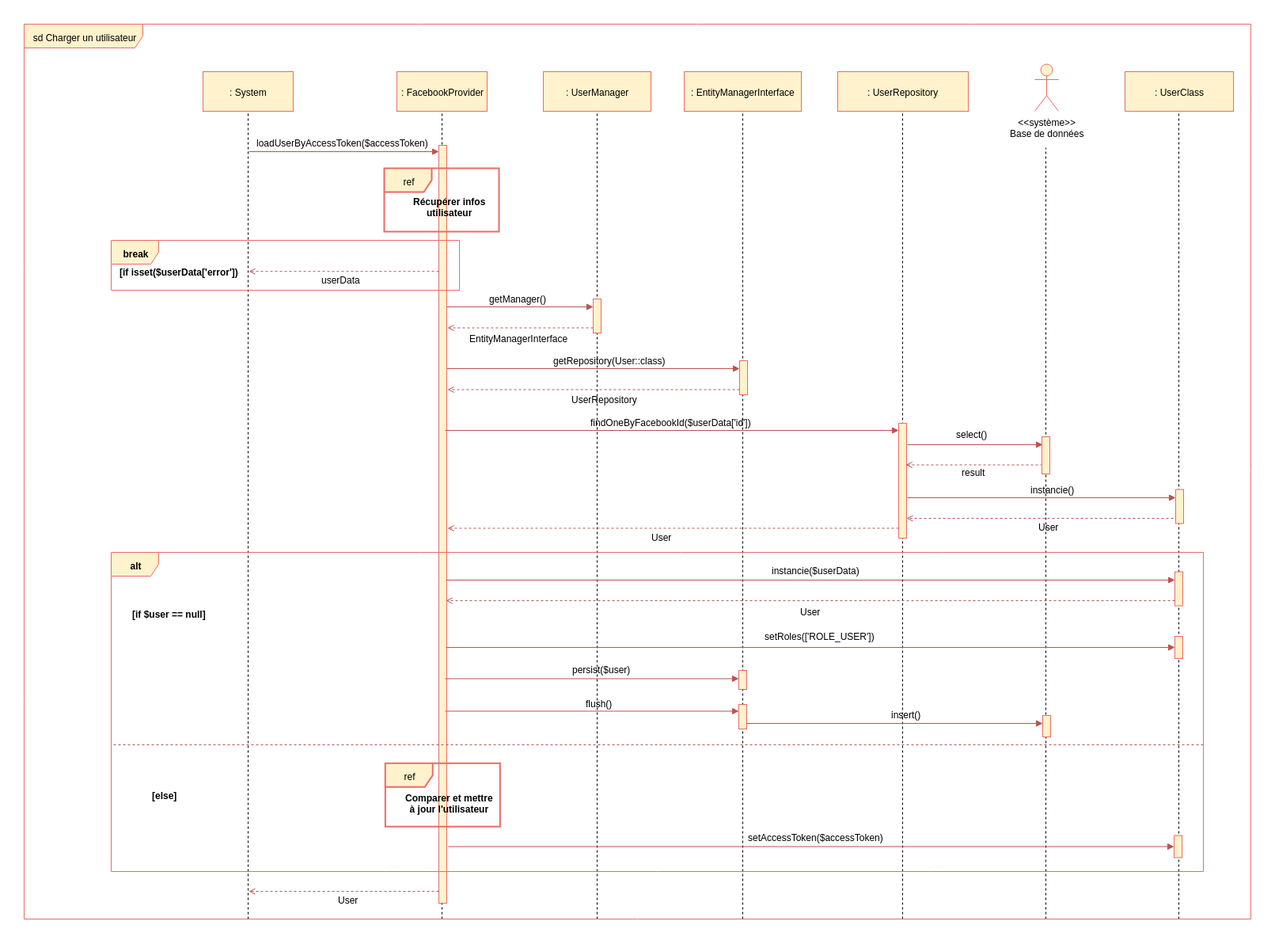
This is api/Diagrammes/Charger_un_utilisateur.png from Thibok/Bilemo, a draw.io export, as it was before one commit. Source tidied: cells renumbered, new cells last; positions are measured from the earlier drawing's top-left corner, leaving out a move shared by most shapes.
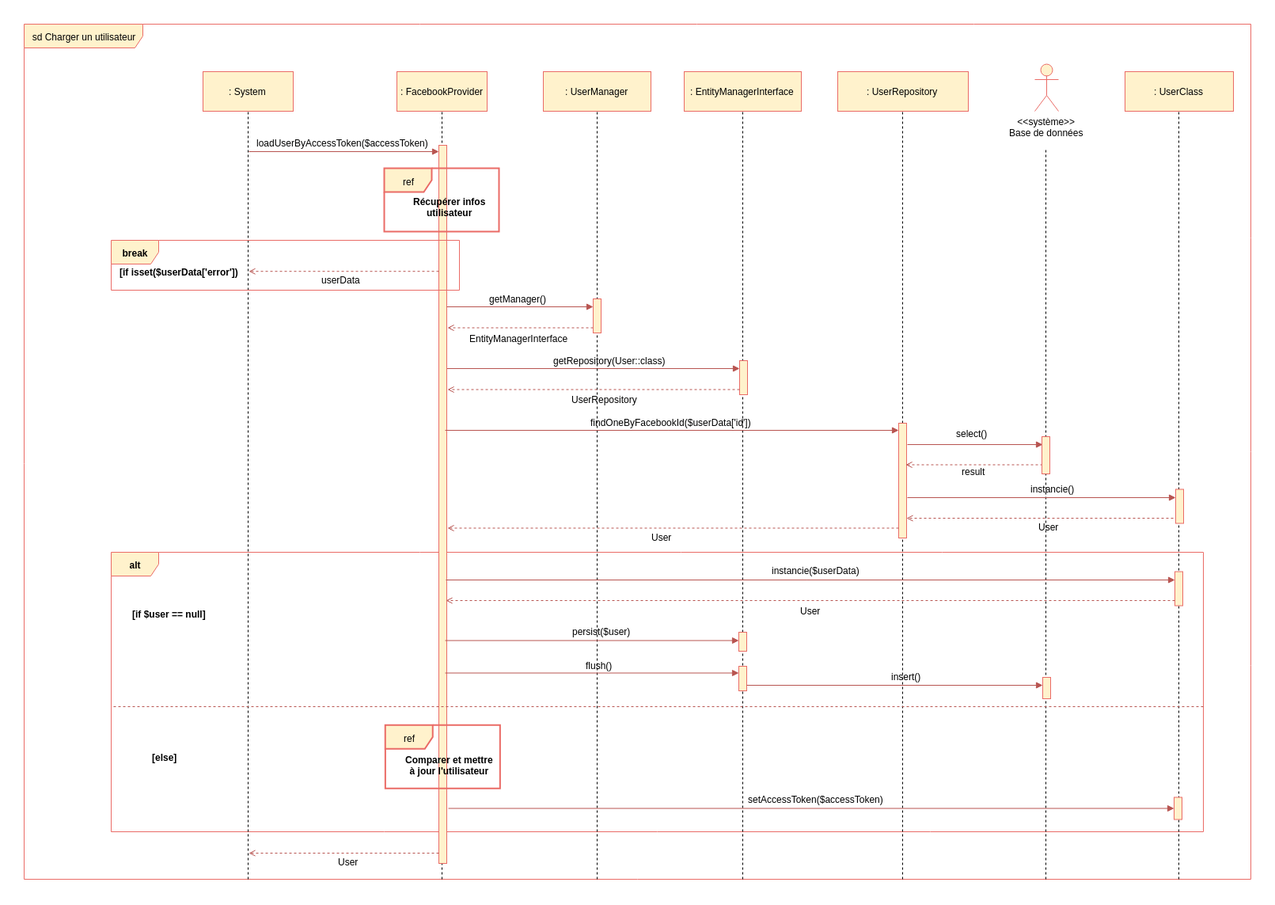
Later version of the same file.

Change to the diagram source:
```diff
@@ -2,6 +2,12 @@
   <root>
     <mxCell id="0" />
     <mxCell id="1" parent="0" />
+    <mxCell id="78" value="sd Charger un utilisateur&lt;br&gt;" style="shape=umlFrame;whiteSpace=wrap;html=1;width=150;height=30;fillColor=#fff2cc;strokeColor=#EA6B66;" parent="1" vertex="1">
+      <mxGeometry width="1550" height="1080" as="geometry" />
+    </mxCell>
+    <mxCell id="77" value="alt" style="shape=umlFrame;whiteSpace=wrap;html=1;fontColor=#000000;fillColor=#fff2cc;strokeColor=#EA6B66;fontStyle=1;" parent="1" vertex="1">
+      <mxGeometry x="110" y="667" width="1380" height="353" as="geometry" />
+    </mxCell>
     <mxCell id="2" style="endArrow=block;html=1;endFill=1;fillColor=#f8cecc;strokeColor=#b85450;entryX=0;entryY=0.372;entryPerimeter=0;entryDx=0;entryDy=0;" parent="1" edge="1">
       <mxGeometry relative="1" as="geometry">
         <mxPoint x="529" y="435" as="sourcePoint" />
@@ -10,7 +16,7 @@
     </mxCell>
     <mxCell id="3" style="endArrow=none;dashed=1;html=1;entryX=0.5;entryY=1;exitX=0.318;exitY=1.001;exitPerimeter=0;" parent="1" edge="1">
       <mxGeometry relative="1" as="geometry">
-        <mxPoint x="908" y="1130" as="sourcePoint" />
+        <mxPoint x="908" y="1080" as="sourcePoint" />
         <mxPoint x="908" y="99.8" as="targetPoint" />
       </mxGeometry>
     </mxCell>
@@ -22,31 +28,31 @@
     </mxCell>
     <mxCell id="5" style="endArrow=none;dashed=1;html=1;entryX=0.5;entryY=1;exitX=0.197;exitY=1.001;exitPerimeter=0;" parent="1" edge="1">
       <mxGeometry relative="1" as="geometry">
-        <mxPoint x="528" y="1130" as="sourcePoint" />
+        <mxPoint x="528" y="1080" as="sourcePoint" />
         <mxPoint x="528" y="106.3" as="targetPoint" />
       </mxGeometry>
     </mxCell>
     <mxCell id="6" style="endArrow=none;dashed=1;html=1;entryX=0.5;entryY=1;" parent="1" edge="1">
       <mxGeometry relative="1" as="geometry">
-        <mxPoint x="1459" y="1130" as="sourcePoint" />
+        <mxPoint x="1459" y="1080" as="sourcePoint" />
         <mxPoint x="1459" y="107.8" as="targetPoint" />
       </mxGeometry>
     </mxCell>
     <mxCell id="7" style="endArrow=none;dashed=1;html=1;entryX=0.5;entryY=1;exitX=0.318;exitY=1.001;exitPerimeter=0;" parent="1" edge="1">
       <mxGeometry relative="1" as="geometry">
-        <mxPoint x="724" y="1130" as="sourcePoint" />
+        <mxPoint x="724" y="1080" as="sourcePoint" />
         <mxPoint x="724" y="89.8" as="targetPoint" />
       </mxGeometry>
     </mxCell>
     <mxCell id="8" style="endArrow=none;dashed=1;html=1;entryX=0.5;entryY=1;exitX=0.379;exitY=1.001;exitPerimeter=0;" parent="1" edge="1">
       <mxGeometry relative="1" as="geometry">
-        <mxPoint x="1110" y="1130" as="sourcePoint" />
+        <mxPoint x="1110" y="1080" as="sourcePoint" />
         <mxPoint x="1110" y="87.8" as="targetPoint" />
       </mxGeometry>
     </mxCell>
     <mxCell id="9" style="endArrow=none;dashed=1;html=1;entryX=0.5;entryY=1;" parent="1" edge="1">
       <mxGeometry relative="1" as="geometry">
-        <mxPoint x="283" y="1130" as="sourcePoint" />
+        <mxPoint x="283" y="1080" as="sourcePoint" />
         <mxPoint x="283" y="102" as="targetPoint" />
       </mxGeometry>
     </mxCell>
@@ -54,7 +60,7 @@
       <mxGeometry x="471" y="60" width="114" height="50" as="geometry" />
     </mxCell>
     <mxCell id="11" style="html=1;perimeter=orthogonalPerimeter;fillColor=#fff2cc;strokeColor=#EA6B66;" parent="1" vertex="1">
-      <mxGeometry x="524" y="153" width="10" height="957" as="geometry" />
+      <mxGeometry x="524" y="153" width="10" height="907" as="geometry" />
     </mxCell>
     <mxCell id="12" value=": UserRepository" style="html=1;fillColor=#fff2cc;strokeColor=#EA6B66;" parent="1" vertex="1">
       <mxGeometry x="1028" y="60" width="165" height="50" as="geometry" />
@@ -70,7 +76,7 @@
     </mxCell>
     <mxCell id="15" style="endArrow=none;dashed=1;html=1;entryX=0.5;entryY=1;exitX=0.492;exitY=1.001;exitPerimeter=0;" parent="1" edge="1">
       <mxGeometry relative="1" as="geometry">
-        <mxPoint x="1291" y="1130" as="sourcePoint" />
+        <mxPoint x="1291" y="1080" as="sourcePoint" />
         <mxPoint x="1291" y="156" as="targetPoint" />
       </mxGeometry>
     </mxCell>
@@ -97,21 +103,21 @@
     </mxCell>
     <mxCell id="23" style="endArrow=block;html=1;endFill=1;fillColor=#f8cecc;strokeColor=#b85450;entryX=0.15;entryY=0.221;entryPerimeter=0;" parent="1" edge="1">
       <mxGeometry relative="1" as="geometry">
-        <mxPoint x="532" y="826.5" as="sourcePoint" />
-        <mxPoint x="903" y="826.5" as="targetPoint" />
+        <mxPoint x="532" y="778.5" as="sourcePoint" />
+        <mxPoint x="903" y="778.5" as="targetPoint" />
       </mxGeometry>
     </mxCell>
     <mxCell id="24" style="endArrow=open;html=1;endFill=0;fillColor=#f8cecc;strokeColor=#b85450;dashed=1;exitX=0.7;exitY=0.804;exitPerimeter=0;" parent="1" edge="1">
       <mxGeometry relative="1" as="geometry">
-        <mxPoint x="524" y="1095" as="sourcePoint" />
-        <mxPoint x="284" y="1095" as="targetPoint" />
+        <mxPoint x="524" y="1047" as="sourcePoint" />
+        <mxPoint x="284" y="1047" as="targetPoint" />
       </mxGeometry>
     </mxCell>
     <mxCell id="25" style="html=1;perimeter=orthogonalPerimeter;fillColor=#fff2cc;strokeColor=#EA6B66;" parent="1" vertex="1">
       <mxGeometry x="719" y="347" width="10" height="43" as="geometry" />
     </mxCell>
     <mxCell id="26" style="html=1;perimeter=orthogonalPerimeter;fillColor=#fff2cc;strokeColor=#EA6B66;" parent="1" vertex="1">
-      <mxGeometry x="1287" y="873" width="10" height="27" as="geometry" />
+      <mxGeometry x="1287" y="825" width="10" height="27" as="geometry" />
     </mxCell>
     <mxCell id="27" value="&amp;lt;&amp;lt;système&amp;gt;&amp;gt;&lt;br&gt;Base de données&lt;br&gt;" style="shape=umlActor;verticalLabelPosition=bottom;labelBackgroundColor=#ffffff;verticalAlign=top;html=1;fillColor=#fff2cc;strokeColor=#EA6B66;" parent="1" vertex="1">
       <mxGeometry x="1277" y="50" width="30" height="60" as="geometry" />
@@ -237,71 +243,59 @@
       <mxGeometry x="943.1" y="680.5" width="130" height="10" as="geometry" />
     </mxCell>
     <mxCell id="58" style="html=1;perimeter=orthogonalPerimeter;fillColor=#fff2cc;strokeColor=#EA6B66;" parent="1" vertex="1">
-      <mxGeometry x="903" y="816" width="10" height="24" as="geometry" />
+      <mxGeometry x="903" y="768" width="10" height="24" as="geometry" />
     </mxCell>
     <mxCell id="59" value="persist($user)" style="text;html=1;align=left;verticalAlign=top;spacingTop=-4;" parent="1" vertex="1">
-      <mxGeometry x="691" y="806" width="90" height="10" as="geometry" />
+      <mxGeometry x="691" y="758" width="90" height="10" as="geometry" />
     </mxCell>
     <mxCell id="60" style="endArrow=block;html=1;endFill=1;fillColor=#f8cecc;strokeColor=#b85450;entryX=0.15;entryY=0.221;entryPerimeter=0;" parent="1" edge="1">
       <mxGeometry relative="1" as="geometry">
-        <mxPoint x="532" y="867.5" as="sourcePoint" />
-        <mxPoint x="903" y="867.5" as="targetPoint" />
+        <mxPoint x="532" y="819.5" as="sourcePoint" />
+        <mxPoint x="903" y="819.5" as="targetPoint" />
       </mxGeometry>
     </mxCell>
     <mxCell id="61" style="html=1;perimeter=orthogonalPerimeter;fillColor=#fff2cc;strokeColor=#EA6B66;" parent="1" vertex="1">
-      <mxGeometry x="903" y="859" width="10" height="31" as="geometry" />
+      <mxGeometry x="903" y="811" width="10" height="31" as="geometry" />
     </mxCell>
     <mxCell id="62" value="flush()" style="text;html=1;align=left;verticalAlign=top;spacingTop=-4;" parent="1" vertex="1">
-      <mxGeometry x="708" y="848.5" width="50" height="10" as="geometry" />
+      <mxGeometry x="708" y="800.5" width="50" height="10" as="geometry" />
     </mxCell>
     <mxCell id="63" style="endArrow=block;html=1;endFill=1;fillColor=#f8cecc;strokeColor=#b85450;entryX=0.15;entryY=0.221;entryPerimeter=0;" parent="1" edge="1">
       <mxGeometry relative="1" as="geometry">
-        <mxPoint x="913" y="883" as="sourcePoint" />
-        <mxPoint x="1287" y="883" as="targetPoint" />
+        <mxPoint x="913" y="835" as="sourcePoint" />
+        <mxPoint x="1287" y="835" as="targetPoint" />
       </mxGeometry>
     </mxCell>
     <mxCell id="64" value="insert()" style="text;html=1;align=left;verticalAlign=top;spacingTop=-4;" parent="1" vertex="1">
-      <mxGeometry x="1094" y="863" width="50" height="20" as="geometry" />
+      <mxGeometry x="1094" y="815" width="50" height="20" as="geometry" />
     </mxCell>
     <mxCell id="65" style="endArrow=none;dashed=1;html=1;fillColor=#f8cecc;strokeColor=#b85450;exitX=1.002;exitY=0.401;exitDx=0;exitDy=0;exitPerimeter=0;entryX=-0.003;entryY=0.406;entryDx=0;entryDy=0;entryPerimeter=0;" parent="1" edge="1">
       <mxGeometry relative="1" as="geometry">
-        <mxPoint x="1490" y="910" as="sourcePoint" />
-        <mxPoint x="110" y="910" as="targetPoint" />
+        <mxPoint x="1490" y="862" as="sourcePoint" />
+        <mxPoint x="110" y="862" as="targetPoint" />
       </mxGeometry>
     </mxCell>
     <mxCell id="66" value="ref" style="shape=umlFrame;whiteSpace=wrap;html=1;fillColor=#fff2cc;strokeColor=#EA6B66;strokeWidth=2;" parent="1" vertex="1">
-      <mxGeometry x="456.4" y="933.2" width="145" height="80" as="geometry" />
+      <mxGeometry x="456.4" y="885.2" width="145" height="80" as="geometry" />
     </mxCell>
     <mxCell id="67" value="Comparer et mettre&lt;br&gt;à jour l'utilisateur&lt;br&gt;" style="text;html=1;align=center;verticalAlign=top;spacingTop=-4;fontStyle=1;" parent="1" vertex="1">
-      <mxGeometry x="477.4" y="968.2" width="120" height="30" as="geometry" />
+      <mxGeometry x="477.4" y="920.2" width="120" height="30" as="geometry" />
     </mxCell>
     <mxCell id="68" style="endArrow=block;html=1;endFill=1;fillColor=#f8cecc;strokeColor=#b85450;entryX=0.15;entryY=0.221;entryPerimeter=0;" parent="1" edge="1">
       <mxGeometry relative="1" as="geometry">
-        <mxPoint x="536" y="1038.5" as="sourcePoint" />
-        <mxPoint x="1453" y="1038.5" as="targetPoint" />
+        <mxPoint x="536" y="990.5" as="sourcePoint" />
+        <mxPoint x="1453" y="990.5" as="targetPoint" />
       </mxGeometry>
     </mxCell>
     <mxCell id="69" value="setAccessToken($accessToken)" style="text;html=1;align=left;verticalAlign=top;spacingTop=-4;" parent="1" vertex="1">
-      <mxGeometry x="912.8" y="1018" width="190" height="10" as="geometry" />
+      <mxGeometry x="912.8" y="970" width="190" height="10" as="geometry" />
     </mxCell>
     <mxCell id="70" value="User" style="text;html=1;align=left;verticalAlign=top;spacingTop=-4;" parent="1" vertex="1">
-      <mxGeometry x="395" y="1097" width="40" height="10" as="geometry" />
+      <mxGeometry x="395" y="1049" width="40" height="10" as="geometry" />
     </mxCell>
     <mxCell id="71" value="[else]" style="text;html=1;align=left;verticalAlign=top;spacingTop=-4;fontStyle=1;" parent="1" vertex="1">
-      <mxGeometry x="160" y="965" width="40" height="10" as="geometry" />
+      <mxGeometry x="160" y="917" width="40" height="10" as="geometry" />
     </mxCell>
-    <mxCell id="72" style="endArrow=block;html=1;endFill=1;fillColor=#f8cecc;strokeColor=#b85450;entryX=0;entryY=0.088;entryPerimeter=0;" parent="1" edge="1">
-      <mxGeometry relative="1" as="geometry">
-        <mxPoint x="533" y="787" as="sourcePoint" />
-        <mxPoint x="1454" y="787" as="targetPoint" />
-      </mxGeometry>
-    </mxCell>
-    <mxCell id="73" style="html=1;perimeter=orthogonalPerimeter;fillColor=#fff2cc;strokeColor=#EA6B66;" parent="1" vertex="1">
-      <mxGeometry x="1454" y="773" width="10" height="28" as="geometry" />
-    </mxCell>
-    <mxCell id="74" value="setRoles(['ROLE_USER'])" style="text;html=1;align=left;verticalAlign=top;spacingTop=-4;" parent="1" vertex="1">
-      <mxGeometry x="934.1" y="764" width="150" height="20" as="geometry" />
-    </mxCell>
     <mxCell id="75" style="endArrow=open;html=1;endFill=0;fillColor=#f8cecc;strokeColor=#b85450;dashed=1;exitX=0.7;exitY=0.804;exitPerimeter=0;" parent="1" edge="1">
       <mxGeometry relative="1" as="geometry">
         <mxPoint x="524" y="312.2" as="sourcePoint" />
@@ -309,13 +303,7 @@
       </mxGeometry>
     </mxCell>
     <mxCell id="76" style="html=1;perimeter=orthogonalPerimeter;fillColor=#fff2cc;strokeColor=#EA6B66;" parent="1" vertex="1">
-      <mxGeometry x="1453" y="1024.5" width="10" height="28" as="geometry" />
+      <mxGeometry x="1453" y="976.5" width="10" height="28" as="geometry" />
     </mxCell>
-    <mxCell id="77" value="alt" style="shape=umlFrame;whiteSpace=wrap;html=1;fontColor=#000000;fillColor=#fff2cc;strokeColor=#EA6B66;fontStyle=1;" parent="1" vertex="1">
-      <mxGeometry x="110" y="667" width="1380" height="403" as="geometry" />
-    </mxCell>
-    <mxCell id="78" value="sd Charger un utilisateur&lt;br&gt;" style="shape=umlFrame;whiteSpace=wrap;html=1;width=150;height=30;fillColor=#fff2cc;strokeColor=#EA6B66;" parent="1" vertex="1">
-      <mxGeometry width="1550" height="1130" as="geometry" />
-    </mxCell>
   </root>
 </mxGraphModel>
```
